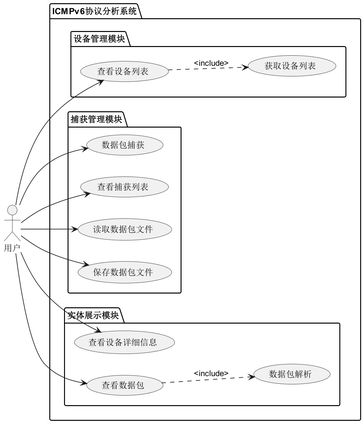
Above: Icmpv6/doc/img/SystemUseCase.png in Baymax104/icmpv6-parser (PlantUML), before the change.
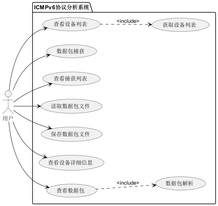
The same diagram one commit later.

What changed in the source:
```diff
@@ -1,29 +1,23 @@
 @startuml
 
-skinparam dpi 450
+skinparam dpi 600
 left to right direction
 
 actor 用户 as User
 
 package ICMPv6协议分析系统 {
 
-    package 设备管理模块 {
-        usecase 查看设备列表
-        usecase 获取设备列表
-    }
+    usecase 查看设备列表
+    usecase 获取设备列表
 
-    package 捕获管理模块 {
-        usecase 数据包捕获
-        usecase 查看捕获列表
-        usecase 读取数据包文件
-        usecase 保存数据包文件
-    }
+    usecase 数据包捕获
+    usecase 查看捕获列表
+    usecase 读取数据包文件
+    usecase 保存数据包文件
 
-    package 实体展示模块 {
-        usecase 查看设备详细信息
-        usecase 查看数据包
-        usecase 数据包解析
-    }
+    usecase 查看设备详细信息
+    usecase 查看数据包
+    usecase 数据包解析
 }
 
 User --> 查看设备列表
```
